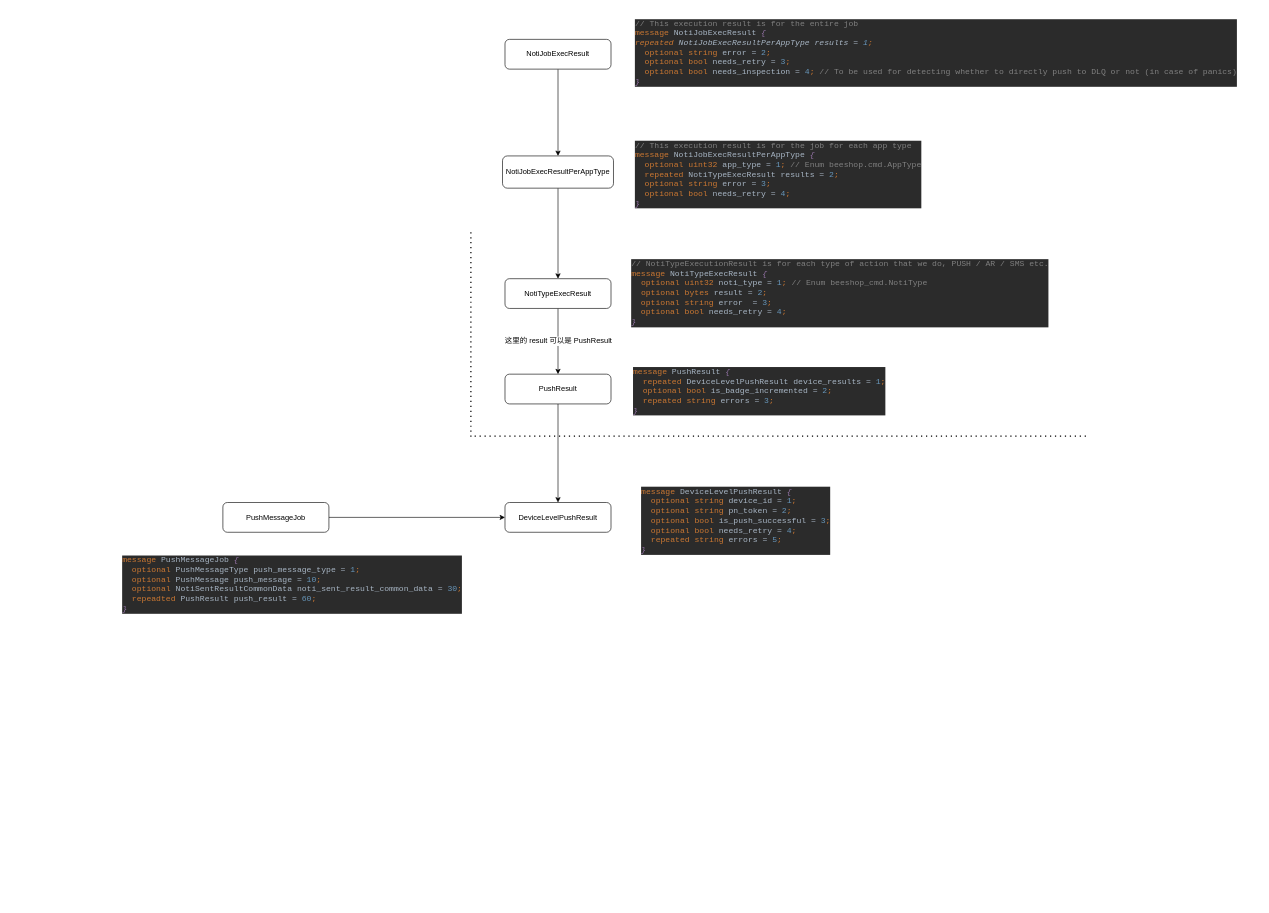
floatLig/drow.io keeps this draw.io diagram as page "Create new consumer for PN" (3 of 4) of Untitled Diagram.drawio. Above is the earlier version. Source tidied: cells renumbered, new cells numbered last; positions are measured from the earlier drawing's top-left corner, leaving out a move shared by most shapes. Both pictures are drawn from the tidied source at 62%, with x=0, y=0 at pixel (121, 21).
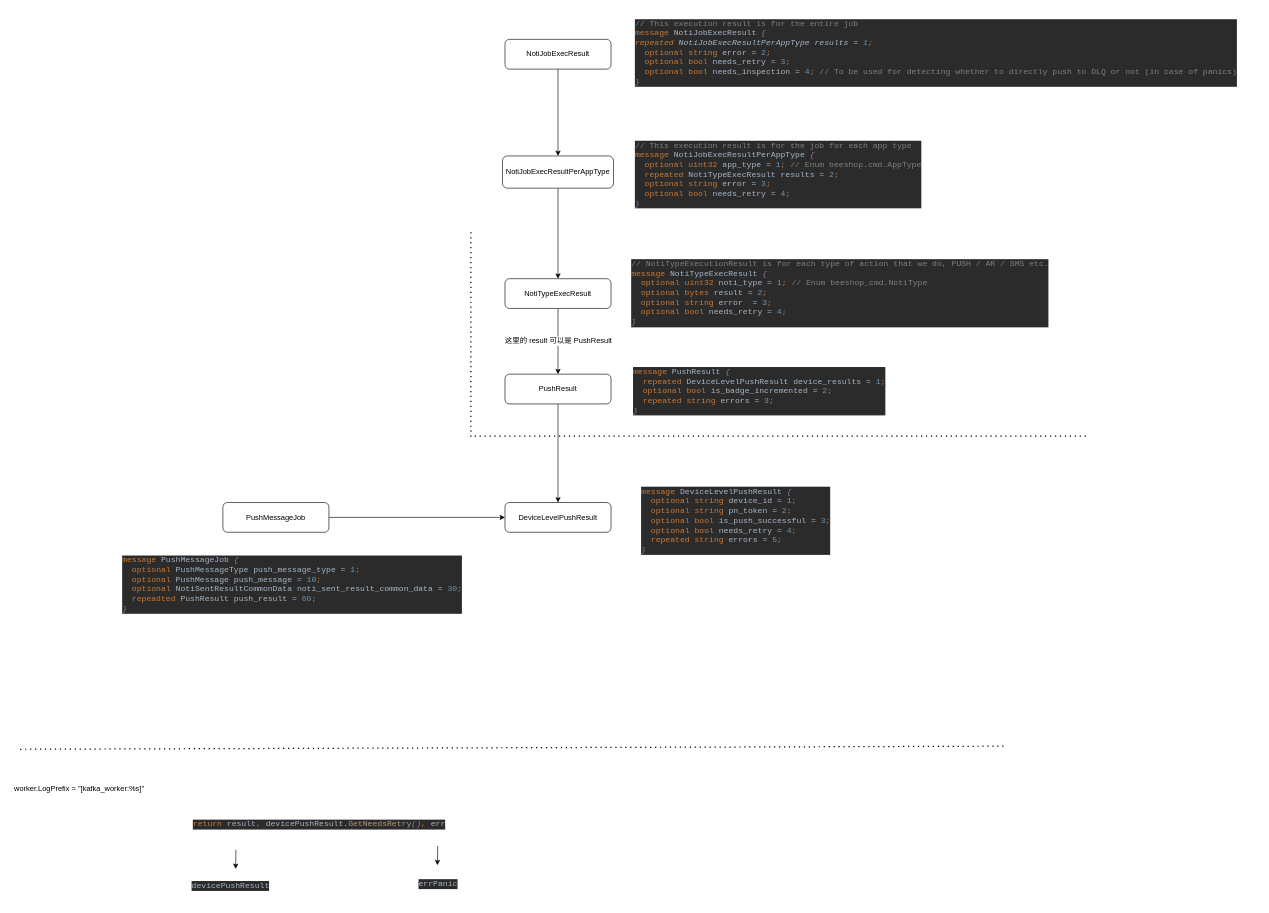
The same page after the edit.

Change to the diagram source:
```diff
@@
+    <mxCell id="21" style="endArrow=none;dashed=1;html=1;dashPattern=1 3;strokeWidth=2;" parent="1" edge="1">
+      <mxGeometry relative="1" as="geometry">
+        <mxPoint x="-163" y="1174" as="sourcePoint" />
+        <mxPoint x="1423" y="1169" as="targetPoint" />
+      </mxGeometry>
+    </mxCell>
+    <mxCell id="22" value="worker.LogPrefix = &quot;[kafka_worker:%s]&quot;" style="text;html=1;align=center;verticalAlign=middle;strokeColor=none;fillColor=none;" parent="1" vertex="1">
+      <mxGeometry x="-178" y="1229" width="220" height="18" as="geometry" />
+    </mxCell>
+    <mxCell id="23" value="&lt;pre style=&quot;background-color: #2b2b2b ; color: #a9b7c6 ; font-family: &amp;quot;jetbrains mono&amp;quot; , monospace ; font-size: 9.8pt&quot;&gt;&lt;span style=&quot;color: #c7773e&quot;&gt;return &lt;/span&gt;result&lt;span style=&quot;color: #cc7832&quot;&gt;, &lt;/span&gt;devicePushResult.&lt;span style=&quot;color: #b09d79&quot;&gt;GetNeedsRetry&lt;/span&gt;&lt;span style=&quot;color: #9876aa ; font-style: italic&quot;&gt;()&lt;/span&gt;&lt;span style=&quot;color: #cc7832&quot;&gt;, &lt;/span&gt;err&lt;/pre&gt;" style="text;whiteSpace=wrap;html=1;" parent="1" vertex="1">
+      <mxGeometry x="114" y="1268" width="428" height="54" as="geometry" />
+    </mxCell>
+    <mxCell id="24" value="&lt;pre style=&quot;background-color: #2b2b2b ; color: #a9b7c6 ; font-family: &amp;quot;jetbrains mono&amp;quot; , monospace ; font-size: 9.8pt&quot;&gt;devicePushResult&lt;/pre&gt;" style="text;whiteSpace=wrap;html=1;" parent="1" vertex="1">
+      <mxGeometry x="112" y="1367" width="145" height="54" as="geometry" />
+    </mxCell>
+    <mxCell id="25" style="endArrow=classic;html=1;entryX=0.5;entryY=0;entryDx=0;entryDy=0;" parent="1" edge="1" target="24">
+      <mxGeometry relative="1" as="geometry">
+        <mxPoint x="185" y="1336" as="sourcePoint" />
+      </mxGeometry>
+    </mxCell>
+    <mxCell id="26" value="&lt;pre style=&quot;background-color: #2b2b2b ; color: #a9b7c6 ; font-family: &amp;quot;jetbrains mono&amp;quot; , monospace ; font-size: 9.8pt&quot;&gt;errPanic&lt;/pre&gt;" style="text;whiteSpace=wrap;html=1;" parent="1" vertex="1">
+      <mxGeometry x="478" y="1364" width="83" height="54" as="geometry" />
+    </mxCell>
+    <mxCell id="27" style="endArrow=classic;html=1;entryX=0.5;entryY=0;entryDx=0;entryDy=0;" parent="1" edge="1">
+      <mxGeometry relative="1" as="geometry">
+        <mxPoint x="510.5" y="1330" as="sourcePoint" />
+        <mxPoint x="510" y="1361" as="targetPoint" />
+      </mxGeometry>
+    </mxCell>
```
